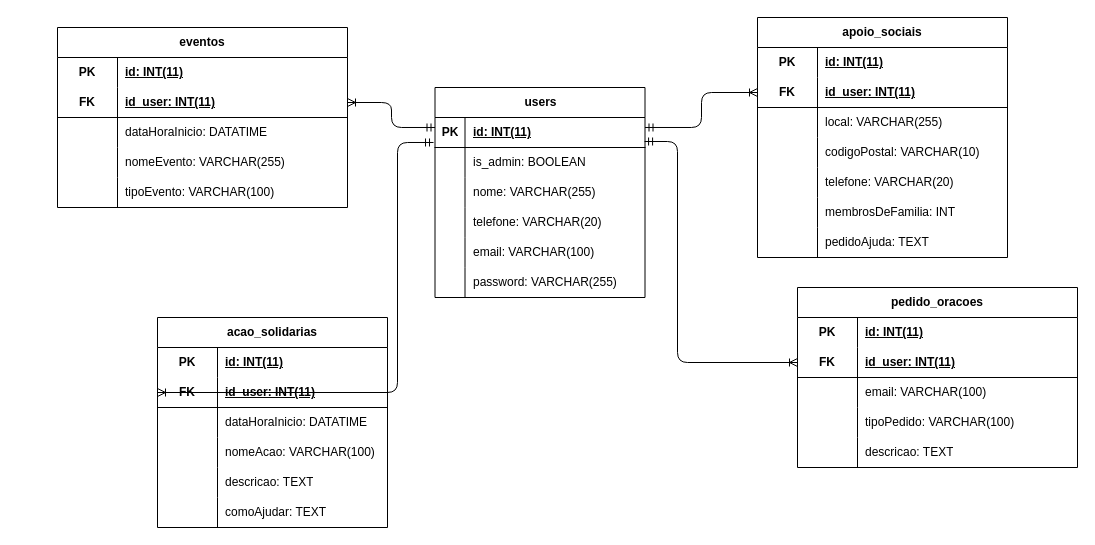
Before: 7_igreja_modeloER.drawio in Mariojuniorchimene742/Base_De_Dados_Pap, a draw.io diagram. Source tidied: cells renumbered, new cells numbered last; positions are measured from the earlier drawing's top-left corner, leaving out a move shared by most shapes. Both pictures are drawn from the tidied source at 100%, with x=0, y=0 at pixel (57, 17).
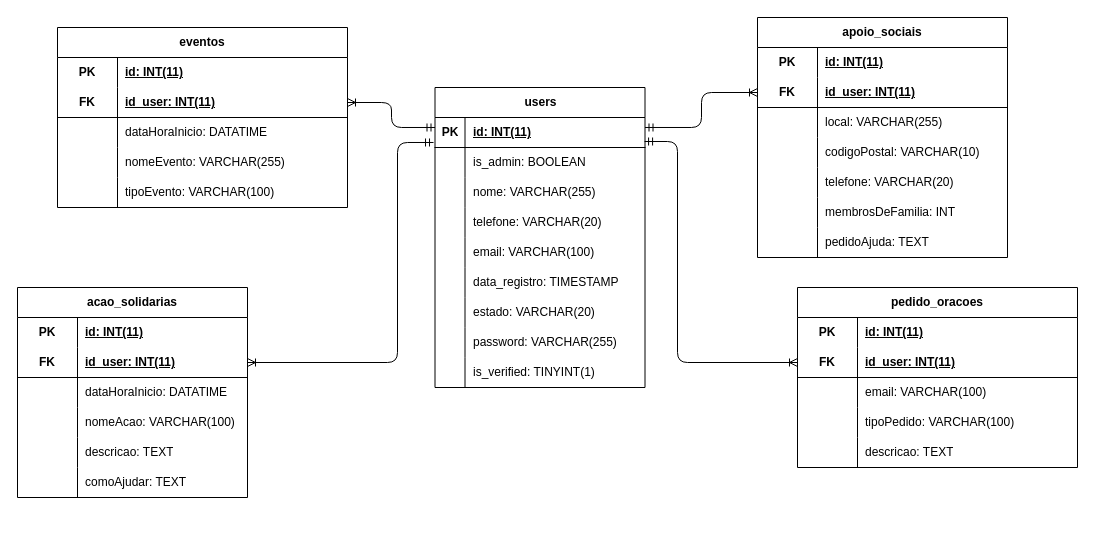
The same diagram, later.

Commit message (it also covers changes not shown here):
alteraçoes e correçoes no nomes da coluna da bd e no mod er.

The change refers to these unchanged cells:
```xml
<mxCell id="3" style="shape=tableRow;horizontal=0;startSize=0;swimlaneHead=0;swimlaneBody=0;fillColor=none;points=[[0,0.5],[1,0.5]];portConstraint=eastwest;top=0;left=0;right=0;bottom=1;" parent="2" vertex="1">
  <mxGeometry y="30" width="210" height="30" as="geometry" />
</mxCell>
<mxCell id="82" style="shape=tableRow;horizontal=0;startSize=0;swimlaneHead=0;swimlaneBody=0;fillColor=none;points=[[0,0.5],[1,0.5]];portConstraint=eastwest;top=0;left=0;right=0;bottom=1;html=1;" parent="78" vertex="1">
  <mxGeometry y="60" width="230" height="30" as="geometry" />
</mxCell>
```

Change to the diagram source:
```diff
@@
     <mxCell id="2" value="users" style="shape=table;startSize=30;childLayout=tableLayout;rowLines=0;fontStyle=1;align=center;html=1;" parent="1" vertex="1">
-      <mxGeometry x="377.5" y="70" width="210" height="210" as="geometry" />
+      <mxGeometry x="377.5" y="70" width="210" height="300" as="geometry" />
     </mxCell>
@@
+    <mxCell id="98" style="shape=tableRow;horizontal=0;startSize=0;swimlaneHead=0;swimlaneBody=0;fillColor=none;top=0;left=0;right=0;bottom=0;" parent="2" vertex="1">
+      <mxGeometry y="180" width="210" height="30" as="geometry" />
+    </mxCell>
+    <mxCell id="99" style="shape=partialRectangle;fillColor=none;top=0;left=0;bottom=0;right=0;overflow=hidden;whiteSpace=wrap;html=1;" parent="98" vertex="1">
+      <mxGeometry width="30" height="30" as="geometry" />
+    </mxCell>
+    <mxCell id="100" value="data_registro: TIMESTAMP" style="shape=partialRectangle;fillColor=none;top=0;left=0;bottom=0;right=0;align=left;spacingLeft=6;overflow=hidden;whiteSpace=wrap;html=1;" parent="98" vertex="1">
+      <mxGeometry x="30" width="180" height="30" as="geometry" />
+    </mxCell>
+    <mxCell id="101" style="shape=tableRow;horizontal=0;startSize=0;swimlaneHead=0;swimlaneBody=0;fillColor=none;top=0;left=0;right=0;bottom=0;" parent="2" vertex="1">
+      <mxGeometry y="210" width="210" height="30" as="geometry" />
+    </mxCell>
+    <mxCell id="102" style="shape=partialRectangle;fillColor=none;top=0;left=0;bottom=0;right=0;overflow=hidden;whiteSpace=wrap;html=1;" parent="101" vertex="1">
+      <mxGeometry width="30" height="30" as="geometry" />
+    </mxCell>
+    <mxCell id="103" value="estado: VARCHAR(20)" style="shape=partialRectangle;fillColor=none;top=0;left=0;bottom=0;right=0;align=left;spacingLeft=6;overflow=hidden;whiteSpace=wrap;html=1;" parent="101" vertex="1">
+      <mxGeometry x="30" width="180" height="30" as="geometry" />
+    </mxCell>
     <mxCell id="18" style="shape=tableRow;horizontal=0;startSize=0;swimlaneHead=0;swimlaneBody=0;fillColor=none;top=0;left=0;right=0;bottom=0;" parent="2" vertex="1">
-      <mxGeometry y="180" width="210" height="30" as="geometry" />
+      <mxGeometry y="240" width="210" height="30" as="geometry" />
     </mxCell>
@@
+    <mxCell id="104" style="shape=tableRow;horizontal=0;startSize=0;swimlaneHead=0;swimlaneBody=0;fillColor=none;top=0;left=0;right=0;bottom=0;" parent="2" vertex="1">
+      <mxGeometry y="270" width="210" height="30" as="geometry" />
+    </mxCell>
+    <mxCell id="105" style="shape=partialRectangle;fillColor=none;top=0;left=0;bottom=0;right=0;overflow=hidden;whiteSpace=wrap;html=1;" parent="104" vertex="1">
+      <mxGeometry width="30" height="30" as="geometry" />
+    </mxCell>
+    <mxCell id="106" value="is_verified: TINYINT(1)" style="shape=partialRectangle;fillColor=none;top=0;left=0;bottom=0;right=0;align=left;spacingLeft=6;overflow=hidden;whiteSpace=wrap;html=1;" parent="104" vertex="1">
+      <mxGeometry x="30" width="180" height="30" as="geometry" />
+    </mxCell>
@@
     <mxCell id="78" value="&lt;span style=&quot;color: rgb(0, 0, 0); text-wrap-mode: nowrap;&quot;&gt;acao_solidarias&lt;/span&gt;" style="shape=table;startSize=30;childLayout=tableLayout;rowLines=0;fontStyle=1;align=center;html=1;whiteSpace=wrap;" parent="1" vertex="1">
-      <mxGeometry x="100" y="300" width="230" height="210" as="geometry" />
+      <mxGeometry x="-40" y="270" width="230" height="210" as="geometry" />
     </mxCell>
@@
-    <mxCell id="97" style="edgeStyle=elbowEdgeStyle;fontSize=12;html=1;endArrow=ERoneToMany;startArrow=ERmandOne;entryX=0;entryY=0.5;entryDx=0;entryDy=0;exitX=-0.007;exitY=0.833;exitDx=0;exitDy=0;exitPerimeter=0;" parent="1" edge="1" source="3" target="82">
+    <mxCell id="97" style="edgeStyle=elbowEdgeStyle;fontSize=12;html=1;endArrow=ERoneToMany;startArrow=ERmandOne;entryX=1;entryY=0.5;entryDx=0;entryDy=0;exitX=-0.007;exitY=0.833;exitDx=0;exitDy=0;exitPerimeter=0;" parent="1" edge="1" source="3" target="82">
       <mxGeometry relative="1" as="geometry">
         <Array as="points">
           <mxPoint x="340" y="260" />
         </Array>
       </mxGeometry>
     </mxCell>
```
